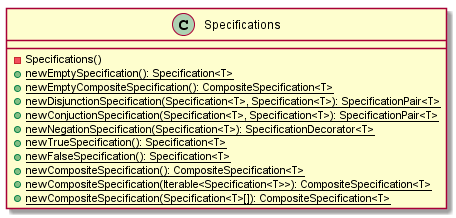
Before: malokhvii-eduard/malokhvii05/doc/plantuml/png/ua.khpi.oop.malokhvii05.common.specification.Specifications.png, a diagram exported from PlantUML (P-Kalin/kit26a).
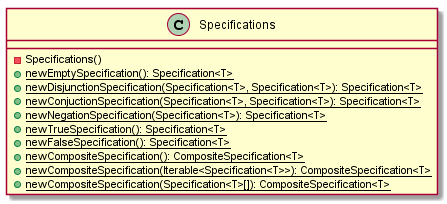
The same file after the commit.

The edit, as a diff of the source:
```diff
@@ -3,10 +3,9 @@
     class Specifications {
         -Specifications()
         {static} +newEmptySpecification(): Specification<T>
-        {static} +newEmptyCompositeSpecification(): CompositeSpecification<T>
-        {static} +newDisjunctionSpecification(Specification<T>, Specification<T>): SpecificationPair<T>
-        {static} +newConjuctionSpecification(Specification<T>, Specification<T>): SpecificationPair<T>
-        {static} +newNegationSpecification(Specification<T>): SpecificationDecorator<T>
+        {static} +newDisjunctionSpecification(Specification<T>, Specification<T>): Specification<T>
+        {static} +newConjuctionSpecification(Specification<T>, Specification<T>): Specification<T>
+        {static} +newNegationSpecification(Specification<T>): Specification<T>
         {static} +newTrueSpecification(): Specification<T>
         {static} +newFalseSpecification(): Specification<T>
         {static} +newCompositeSpecification(): CompositeSpecification<T>
```
